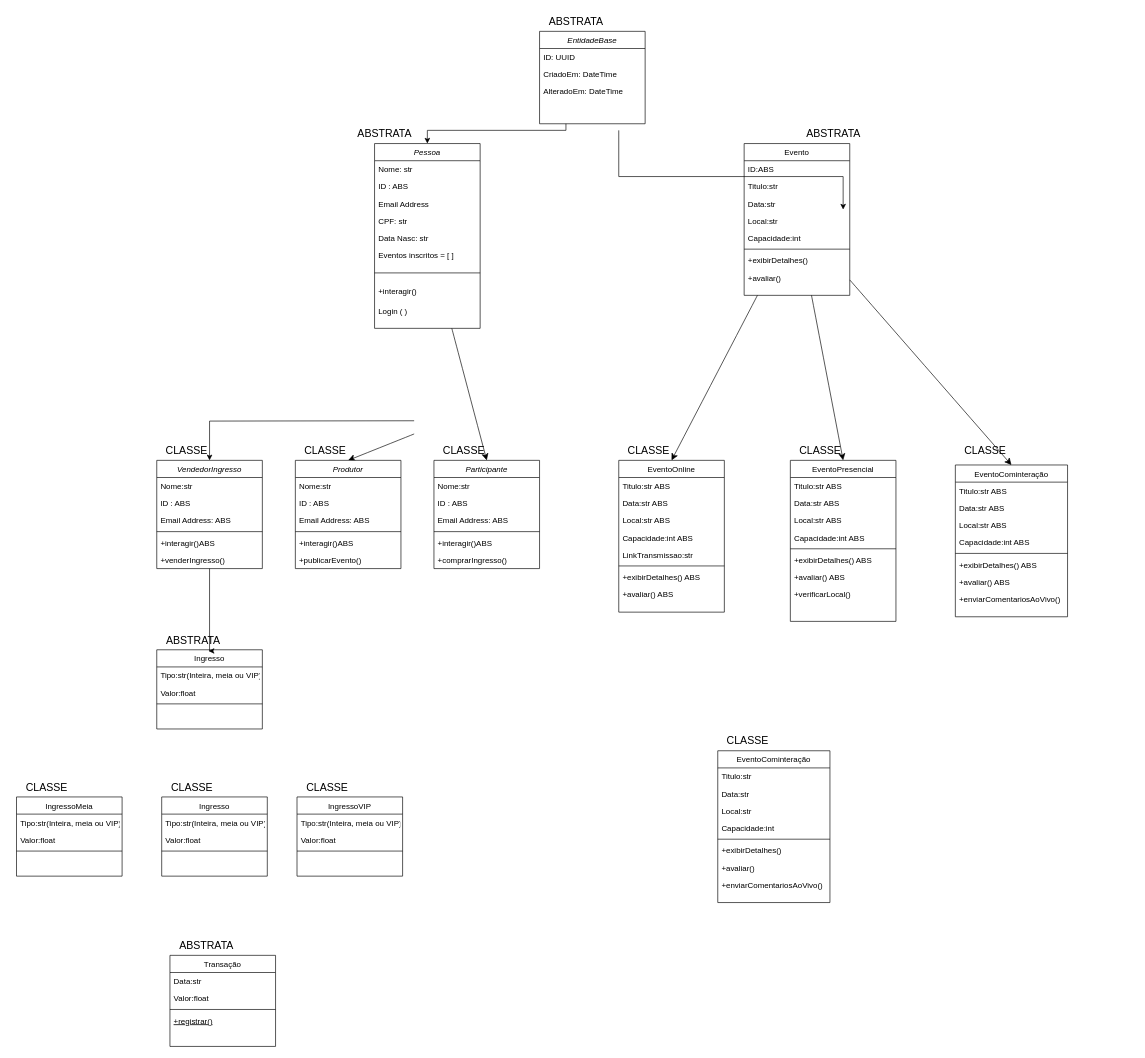
Before: Diagrama sem nome.drawio in Ryan-Taito-Hadas/DiagramaBeto, a draw.io diagram. Source tidied: cells renumbered, new cells numbered last; positions are measured from the earlier drawing's top-left corner, leaving out a move shared by most shapes. Both pictures are drawn from the tidied source at 66%, with x=0, y=0 at pixel (16, 11).
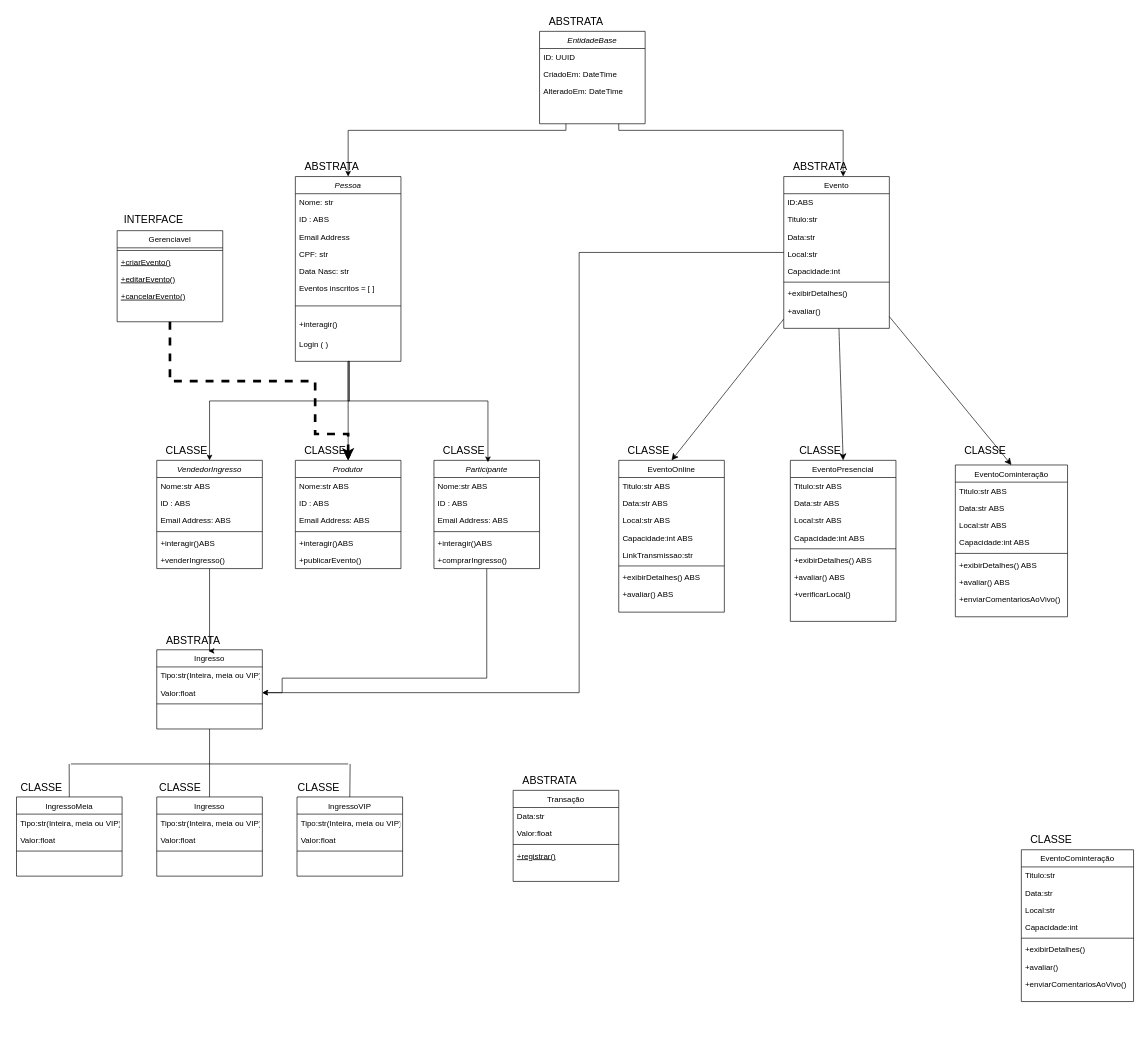
The same diagram, later.

Unchanged cells that the change refers to:
```xml
<mxCell id="20" value="IngressoMeia" style="swimlane;fontStyle=0;align=center;verticalAlign=top;horizontal=1;startSize=26;rounded=0;shadow=0;strokeWidth=1;" parent="1" vertex="1">
  <mxGeometry x="-0.5" y="1190" width="160" height="120" as="geometry" />
</mxCell>
<mxCell id="40" value="Produtor" style="swimlane;fontStyle=2;align=center;verticalAlign=top;horizontal=1;startSize=26;rounded=0;shadow=0;strokeWidth=1;" parent="1" vertex="1">
  <mxGeometry x="422" y="680" width="160" height="164" as="geometry" />
</mxCell>
<mxCell id="47" value="Participante" style="swimlane;fontStyle=2;align=center;verticalAlign=top;horizontal=1;startSize=26;rounded=0;shadow=0;strokeWidth=1;" parent="1" vertex="1">
  <mxGeometry x="632" y="680" width="160" height="164" as="geometry" />
</mxCell>
<mxCell id="55" value="CLASSE" style="text;html=1;align=center;verticalAlign=middle;points=[];strokeColor=none;fillColor=none;fontSize=16;" parent="1" vertex="1">
  <mxGeometry x="632" y="650" width="90" height="30" as="geometry" />
</mxCell>
<mxCell id="98" value="EntidadeBase" style="swimlane;fontStyle=2;align=center;verticalAlign=top;horizontal=1;startSize=26;rounded=0;shadow=0;strokeWidth=1;" parent="1" vertex="1">
  <mxGeometry x="792" y="30" width="160" height="140" as="geometry" />
</mxCell>
<mxCell id="103" value="VendedorIngresso" style="swimlane;fontStyle=2;align=center;verticalAlign=top;horizontal=1;startSize=26;rounded=0;shadow=0;strokeWidth=1;" parent="1" vertex="1">
  <mxGeometry x="212" y="680" width="160" height="164" as="geometry" />
</mxCell>
<mxCell id="116" value="Ingresso" style="swimlane;fontStyle=0;align=center;verticalAlign=top;horizontal=1;startSize=26;rounded=0;shadow=0;strokeWidth=1;" parent="1" vertex="1">
  <mxGeometry x="212" y="967" width="160" height="120" as="geometry" />
</mxCell>
<mxCell id="118" value="Valor:float" style="text;align=left;verticalAlign=top;spacingLeft=4;spacingRight=4;overflow=hidden;points=[[0,0.5],[1,0.5]];portConstraint=eastwest;" parent="116" vertex="1">
  <mxGeometry y="52" width="160" height="26" as="geometry" />
</mxCell>
<mxCell id="123" value="IngressoVIP" style="swimlane;fontStyle=0;align=center;verticalAlign=top;horizontal=1;startSize=26;rounded=0;shadow=0;strokeWidth=1;" parent="1" vertex="1">
  <mxGeometry x="424.5" y="1190" width="160" height="120" as="geometry" />
</mxCell>
```

The edit, as a diff of the source:
```diff
@@
-    <mxCell id="2" style="edgeStyle=none;curved=1;rounded=0;jettySize=auto;html=1;entryX=0.5;entryY=0;entryDx=0;entryDy=0;fontSize=12;startSize=8;endSize=8;" parent="1" edge="1" target="40">
-      <mxGeometry relative="1" as="geometry">
-        <mxPoint x="602" y="640" as="sourcePoint" />
-      </mxGeometry>
-    </mxCell>
-    <mxCell id="3" style="edgeStyle=none;curved=1;rounded=0;jettySize=auto;html=1;entryX=0.5;entryY=0;entryDx=0;entryDy=0;fontSize=12;startSize=8;endSize=8;" parent="1" edge="1" source="5" target="47">
-      <mxGeometry relative="1" as="geometry" />
-    </mxCell>
-    <mxCell id="4" style="edgeStyle=orthogonalEdgeStyle;rounded=0;jettySize=auto;html=1;" parent="1" edge="1" target="103">
+    <mxCell id="4" style="edgeStyle=orthogonalEdgeStyle;rounded=0;jettySize=auto;html=1;exitX=0.5;exitY=1;exitDx=0;exitDy=0;" parent="1" edge="1" source="5" target="103">
       <mxGeometry relative="1" as="geometry">
-        <mxPoint x="602" y="620" as="sourcePoint" />
+        <Array as="points">
+          <mxPoint x="504" y="590" />
+          <mxPoint x="292" y="590" />
+        </Array>
       </mxGeometry>
     </mxCell>
+    <mxCell id="127" style="edgeStyle=orthogonalEdgeStyle;rounded=0;jettySize=auto;html=1;" parent="1" edge="1" source="5" target="40">
+      <mxGeometry relative="1" as="geometry" />
+    </mxCell>
     <mxCell id="5" value="Pessoa" style="swimlane;fontStyle=2;align=center;verticalAlign=top;horizontal=1;startSize=26;rounded=0;shadow=0;strokeWidth=1;" parent="1" vertex="1">
-      <mxGeometry x="542" y="200" width="160" height="280" as="geometry" />
+      <mxGeometry x="422" y="250" width="160" height="280" as="geometry" />
     </mxCell>
@@
+    <mxCell id="128" style="edgeStyle=orthogonalEdgeStyle;rounded=0;jettySize=auto;html=1;entryX=0.5;entryY=0;entryDx=0;entryDy=0;exitX=0.5;exitY=1;exitDx=0;exitDy=0;dashed=1;strokeWidth=4;" parent="1" edge="1" source="15" target="40">
+      <mxGeometry relative="1" as="geometry">
+        <Array as="points">
+          <mxPoint x="232" y="560" />
+          <mxPoint x="452" y="560" />
+          <mxPoint x="452" y="640" />
+          <mxPoint x="502" y="640" />
+        </Array>
+      </mxGeometry>
+    </mxCell>
-    <mxCell id="15" value="Transação" style="swimlane;fontStyle=0;align=center;verticalAlign=top;horizontal=1;startSize=26;rounded=0;shadow=0;strokeWidth=1;" parent="1" vertex="1">
-      <mxGeometry x="232" y="1430" width="160" height="138" as="geometry" />
+    <mxCell id="15" value="Gerenciavel" style="swimlane;fontStyle=0;align=center;verticalAlign=top;horizontal=1;startSize=26;rounded=0;shadow=0;strokeWidth=1;" parent="1" vertex="1">
+      <mxGeometry x="152" y="332" width="160" height="138" as="geometry" />
     </mxCell>
-    <mxCell id="16" value="Data:str" style="text;align=left;verticalAlign=top;spacingLeft=4;spacingRight=4;overflow=hidden;" parent="15" vertex="1">
-      <mxGeometry y="26" width="160" height="26" as="geometry" />
-    </mxCell>
-    <mxCell id="17" value="Valor:float" style="text;align=left;verticalAlign=top;spacingLeft=4;spacingRight=4;overflow=hidden;rounded=0;shadow=0;html=0;" parent="15" vertex="1">
-      <mxGeometry y="52" width="160" height="26" as="geometry" />
-    </mxCell>
     <mxCell id="18" style="line;html=1;strokeWidth=1;align=left;verticalAlign=middle;spacingTop=-1;spacingLeft=3;spacingRight=3;labelPosition=right;" parent="15" vertex="1">
-      <mxGeometry y="78" width="160" height="8" as="geometry" />
+      <mxGeometry y="26" width="160" height="8" as="geometry" />
     </mxCell>
-    <mxCell id="19" value="+registrar()" style="text;align=left;verticalAlign=top;spacingLeft=4;spacingRight=4;overflow=hidden;fontStyle=4;" parent="15" vertex="1">
-      <mxGeometry y="86" width="160" height="26" as="geometry" />
+    <mxCell id="19" value="+criarEvento()" style="text;align=left;verticalAlign=top;spacingLeft=4;spacingRight=4;overflow=hidden;fontStyle=4;" parent="15" vertex="1">
+      <mxGeometry y="34" width="160" height="26" as="geometry" />
     </mxCell>
+    <mxCell id="129" value="+editarEvento()" style="text;align=left;verticalAlign=top;spacingLeft=4;spacingRight=4;overflow=hidden;fontStyle=4;" parent="15" vertex="1">
+      <mxGeometry y="60" width="160" height="26" as="geometry" />
+    </mxCell>
+    <mxCell id="130" value="+cancelarEvento()" style="text;align=left;verticalAlign=top;spacingLeft=4;spacingRight=4;overflow=hidden;fontStyle=4;" parent="15" vertex="1">
+      <mxGeometry y="86" width="160" height="26" as="geometry" />
+    </mxCell>
@@
+    <mxCell id="131" style="edgeStyle=orthogonalEdgeStyle;rounded=0;jettySize=auto;html=1;entryX=1;entryY=0.5;entryDx=0;entryDy=0;targetPerimeterSpacing=0;" parent="1" edge="1" source="27" target="118">
+      <mxGeometry relative="1" as="geometry">
+        <Array as="points">
+          <mxPoint x="852" y="365" />
+          <mxPoint x="852" y="1032" />
+        </Array>
+      </mxGeometry>
+    </mxCell>
     <mxCell id="27" value="Evento" style="swimlane;fontStyle=0;align=center;verticalAlign=top;horizontal=1;startSize=26;rounded=0;shadow=0;strokeWidth=1;" parent="1" vertex="1">
-      <mxGeometry x="1102" y="200" width="160" height="230" as="geometry" />
+      <mxGeometry x="1162" y="250" width="160" height="230" as="geometry" />
     </mxCell>
@@
     <mxCell id="36" value="ABSTRATA" style="text;html=1;align=center;verticalAlign=middle;strokeColor=none;fillColor=none;fontSize=16;" parent="1" vertex="1">
-      <mxGeometry x="502" y="170" width="110" height="30" as="geometry" />
+      <mxGeometry x="422" y="220" width="110" height="30" as="geometry" />
     </mxCell>
     <mxCell id="37" value="ABSTRATA" style="text;html=1;align=center;verticalAlign=middle;strokeColor=none;fillColor=none;fontSize=16;" parent="1" vertex="1">
-      <mxGeometry x="1182" y="170" width="110" height="30" as="geometry" />
+      <mxGeometry x="1162" y="220" width="110" height="30" as="geometry" />
     </mxCell>
     <mxCell id="38" value="ABSTRATA" style="text;html=1;align=center;verticalAlign=middle;strokeColor=none;fillColor=none;fontSize=16;" parent="1" vertex="1">
-      <mxGeometry x="232" y="1400" width="110" height="30" as="geometry" />
+      <mxGeometry x="752" y="1150" width="110" height="30" as="geometry" />
     </mxCell>
     <mxCell id="39" value="CLASSE" style="text;html=1;align=center;verticalAlign=middle;strokeColor=none;fillColor=none;fontSize=16;" parent="1" vertex="1">
-      <mxGeometry x="219.5" y="1160" width="90" height="30" as="geometry" />
+      <mxGeometry x="202" y="1160" width="90" height="30" as="geometry" />
     </mxCell>
@@
-    <mxCell id="41" value="Nome:str" style="text;align=left;verticalAlign=top;spacingLeft=4;spacingRight=4;overflow=hidden;" parent="40" vertex="1">
+    <mxCell id="41" value="Nome:str ABS" style="text;align=left;verticalAlign=top;spacingLeft=4;spacingRight=4;overflow=hidden;" parent="40" vertex="1">
       <mxGeometry y="26" width="160" height="26" as="geometry" />
     </mxCell>
@@
+    <mxCell id="132" style="edgeStyle=orthogonalEdgeStyle;rounded=0;jettySize=auto;html=1;entryX=1;entryY=0.5;entryDx=0;entryDy=0;" parent="1" edge="1" source="47" target="118">
+      <mxGeometry relative="1" as="geometry">
+        <Array as="points">
+          <mxPoint x="712" y="1010" />
+          <mxPoint x="402" y="1010" />
+          <mxPoint x="402" y="1032" />
+        </Array>
+      </mxGeometry>
+    </mxCell>
@@
-    <mxCell id="48" value="Nome:str" style="text;align=left;verticalAlign=top;spacingLeft=4;spacingRight=4;overflow=hidden;" parent="47" vertex="1">
+    <mxCell id="48" value="Nome:str ABS" style="text;align=left;verticalAlign=top;spacingLeft=4;spacingRight=4;overflow=hidden;" parent="47" vertex="1">
       <mxGeometry y="26" width="160" height="26" as="geometry" />
     </mxCell>
@@
     <mxCell id="86" value="EventoCominteração" style="swimlane;fontStyle=0;align=center;verticalAlign=top;horizontal=1;startSize=26;rounded=0;shadow=0;strokeWidth=1;" parent="1" vertex="1">
-      <mxGeometry x="1062" y="1120" width="170" height="230" as="geometry" />
+      <mxGeometry x="1522" y="1270" width="170" height="230" as="geometry" />
     </mxCell>
@@
     <mxCell id="95" value="CLASSE" style="text;html=1;align=center;verticalAlign=middle;strokeColor=none;fillColor=none;fontSize=16;" parent="1" vertex="1">
-      <mxGeometry x="1062" y="1090" width="90" height="30" as="geometry" />
+      <mxGeometry x="1522" y="1240" width="90" height="30" as="geometry" />
     </mxCell>
-    <mxCell id="96" style="edgeStyle=orthogonalEdgeStyle;rounded=0;orthogonalLoop=1;jettySize=auto;html=1;exitX=0.75;exitY=1;exitDx=0;exitDy=0;" parent="1" edge="1">
+    <mxCell id="96" style="edgeStyle=orthogonalEdgeStyle;rounded=0;jettySize=auto;html=1;exitX=0.75;exitY=1;exitDx=0;exitDy=0;" parent="1" edge="1" source="98">
       <mxGeometry relative="1" as="geometry">
-        <mxPoint x="912" y="180" as="sourcePoint" />
-        <mxPoint x="1252" y="300" as="targetPoint" />
+        <mxPoint x="1252" y="250" as="targetPoint" />
         <Array as="points">
-          <mxPoint x="912" y="250" />
-          <mxPoint x="1252" y="250" />
+          <mxPoint x="912" y="180" />
+          <mxPoint x="1252" y="180" />
         </Array>
       </mxGeometry>
     </mxCell>
     <mxCell id="97" style="edgeStyle=orthogonalEdgeStyle;rounded=0;jettySize=auto;html=1;exitX=0.25;exitY=1;exitDx=0;exitDy=0;" parent="1" edge="1" source="98" target="5">
       <mxGeometry relative="1" as="geometry">
         <Array as="points">
           <mxPoint x="832" y="180" />
-          <mxPoint x="622" y="180" />
+          <mxPoint x="502" y="180" />
         </Array>
       </mxGeometry>
     </mxCell>
@@
-    <mxCell id="104" value="Nome:str" style="text;align=left;verticalAlign=top;spacingLeft=4;spacingRight=4;overflow=hidden;" parent="103" vertex="1">
+    <mxCell id="104" value="Nome:str ABS" style="text;align=left;verticalAlign=top;spacingLeft=4;spacingRight=4;overflow=hidden;" parent="103" vertex="1">
       <mxGeometry y="26" width="160" height="26" as="geometry" />
     </mxCell>
@@
     <mxCell id="111" value="Ingresso" style="swimlane;fontStyle=0;align=center;verticalAlign=top;horizontal=1;startSize=26;rounded=0;shadow=0;strokeWidth=1;" parent="1" vertex="1">
-      <mxGeometry x="219.5" y="1190" width="160" height="120" as="geometry" />
+      <mxGeometry x="212" y="1190" width="160" height="120" as="geometry" />
     </mxCell>
@@
     <mxCell id="115" value="CLASSE" style="text;html=1;align=center;verticalAlign=middle;strokeColor=none;fillColor=none;fontSize=16;" parent="1" vertex="1">
-      <mxGeometry x="-0.5" y="1160" width="90" height="30" as="geometry" />
+      <mxGeometry x="-8" y="1160" width="90" height="30" as="geometry" />
     </mxCell>
@@
     <mxCell id="122" value="CLASSE" style="text;html=1;align=center;verticalAlign=middle;strokeColor=none;fillColor=none;fontSize=16;" parent="1" vertex="1">
-      <mxGeometry x="424.5" y="1160" width="90" height="30" as="geometry" />
+      <mxGeometry x="412" y="1160" width="90" height="30" as="geometry" />
     </mxCell>
@@
+    <mxCell id="133" value="Transação" style="swimlane;fontStyle=0;align=center;verticalAlign=top;horizontal=1;startSize=26;rounded=0;shadow=0;strokeWidth=1;" parent="1" vertex="1">
+      <mxGeometry x="752" y="1180" width="160" height="138" as="geometry" />
+    </mxCell>
+    <mxCell id="16" value="Data:str" style="text;align=left;verticalAlign=top;spacingLeft=4;spacingRight=4;overflow=hidden;" parent="133" vertex="1">
+      <mxGeometry y="26" width="160" height="26" as="geometry" />
+    </mxCell>
+    <mxCell id="17" value="Valor:float" style="text;align=left;verticalAlign=top;spacingLeft=4;spacingRight=4;overflow=hidden;rounded=0;shadow=0;html=0;" parent="133" vertex="1">
+      <mxGeometry y="52" width="160" height="26" as="geometry" />
+    </mxCell>
+    <mxCell id="134" style="line;html=1;strokeWidth=1;align=left;verticalAlign=middle;spacingTop=-1;spacingLeft=3;spacingRight=3;labelPosition=right;" parent="133" vertex="1">
+      <mxGeometry y="78" width="160" height="8" as="geometry" />
+    </mxCell>
+    <mxCell id="135" value="+registrar()" style="text;align=left;verticalAlign=top;spacingLeft=4;spacingRight=4;overflow=hidden;fontStyle=4;" parent="133" vertex="1">
+      <mxGeometry y="86" width="160" height="26" as="geometry" />
+    </mxCell>
+    <mxCell id="136" value="INTERFACE" style="text;html=1;align=center;verticalAlign=middle;strokeColor=none;fillColor=none;fontSize=16;" parent="1" vertex="1">
+      <mxGeometry x="152" y="300" width="110" height="30" as="geometry" />
+    </mxCell>
+    <mxCell id="137" style="edgeStyle=orthogonalEdgeStyle;rounded=0;jettySize=auto;html=1;entryX=0.909;entryY=1.093;entryDx=0;entryDy=0;entryPerimeter=0;exitX=0.5;exitY=1;exitDx=0;exitDy=0;" parent="1" edge="1" source="5" target="55">
+      <mxGeometry relative="1" as="geometry" />
+    </mxCell>
+    <mxCell id="138" style="endArrow=none;html=1;rounded=0;exitX=0.5;exitY=1;exitDx=0;exitDy=0;entryX=0.5;entryY=0;entryDx=0;entryDy=0;" parent="1" edge="1" source="116" target="111">
+      <mxGeometry relative="1" as="geometry" />
+    </mxCell>
+    <mxCell id="139" style="endArrow=none;html=1;rounded=0;exitX=0.5;exitY=0;exitDx=0;exitDy=0;" parent="1" edge="1" source="123">
+      <mxGeometry relative="1" as="geometry">
+        <mxPoint x="505" y="1140" as="targetPoint" />
+      </mxGeometry>
+    </mxCell>
+    <mxCell id="140" style="endArrow=none;html=1;rounded=0;exitX=0.5;exitY=0;exitDx=0;exitDy=0;" parent="1" edge="1" source="20">
+      <mxGeometry relative="1" as="geometry">
+        <mxPoint x="79.3" y="1140" as="targetPoint" />
+      </mxGeometry>
+    </mxCell>
+    <mxCell id="141" style="endArrow=none;html=1;rounded=0;" parent="1" edge="1">
+      <mxGeometry relative="1" as="geometry">
+        <mxPoint x="82" y="1140" as="sourcePoint" />
+        <mxPoint x="502" y="1140" as="targetPoint" />
+      </mxGeometry>
+    </mxCell>
```
